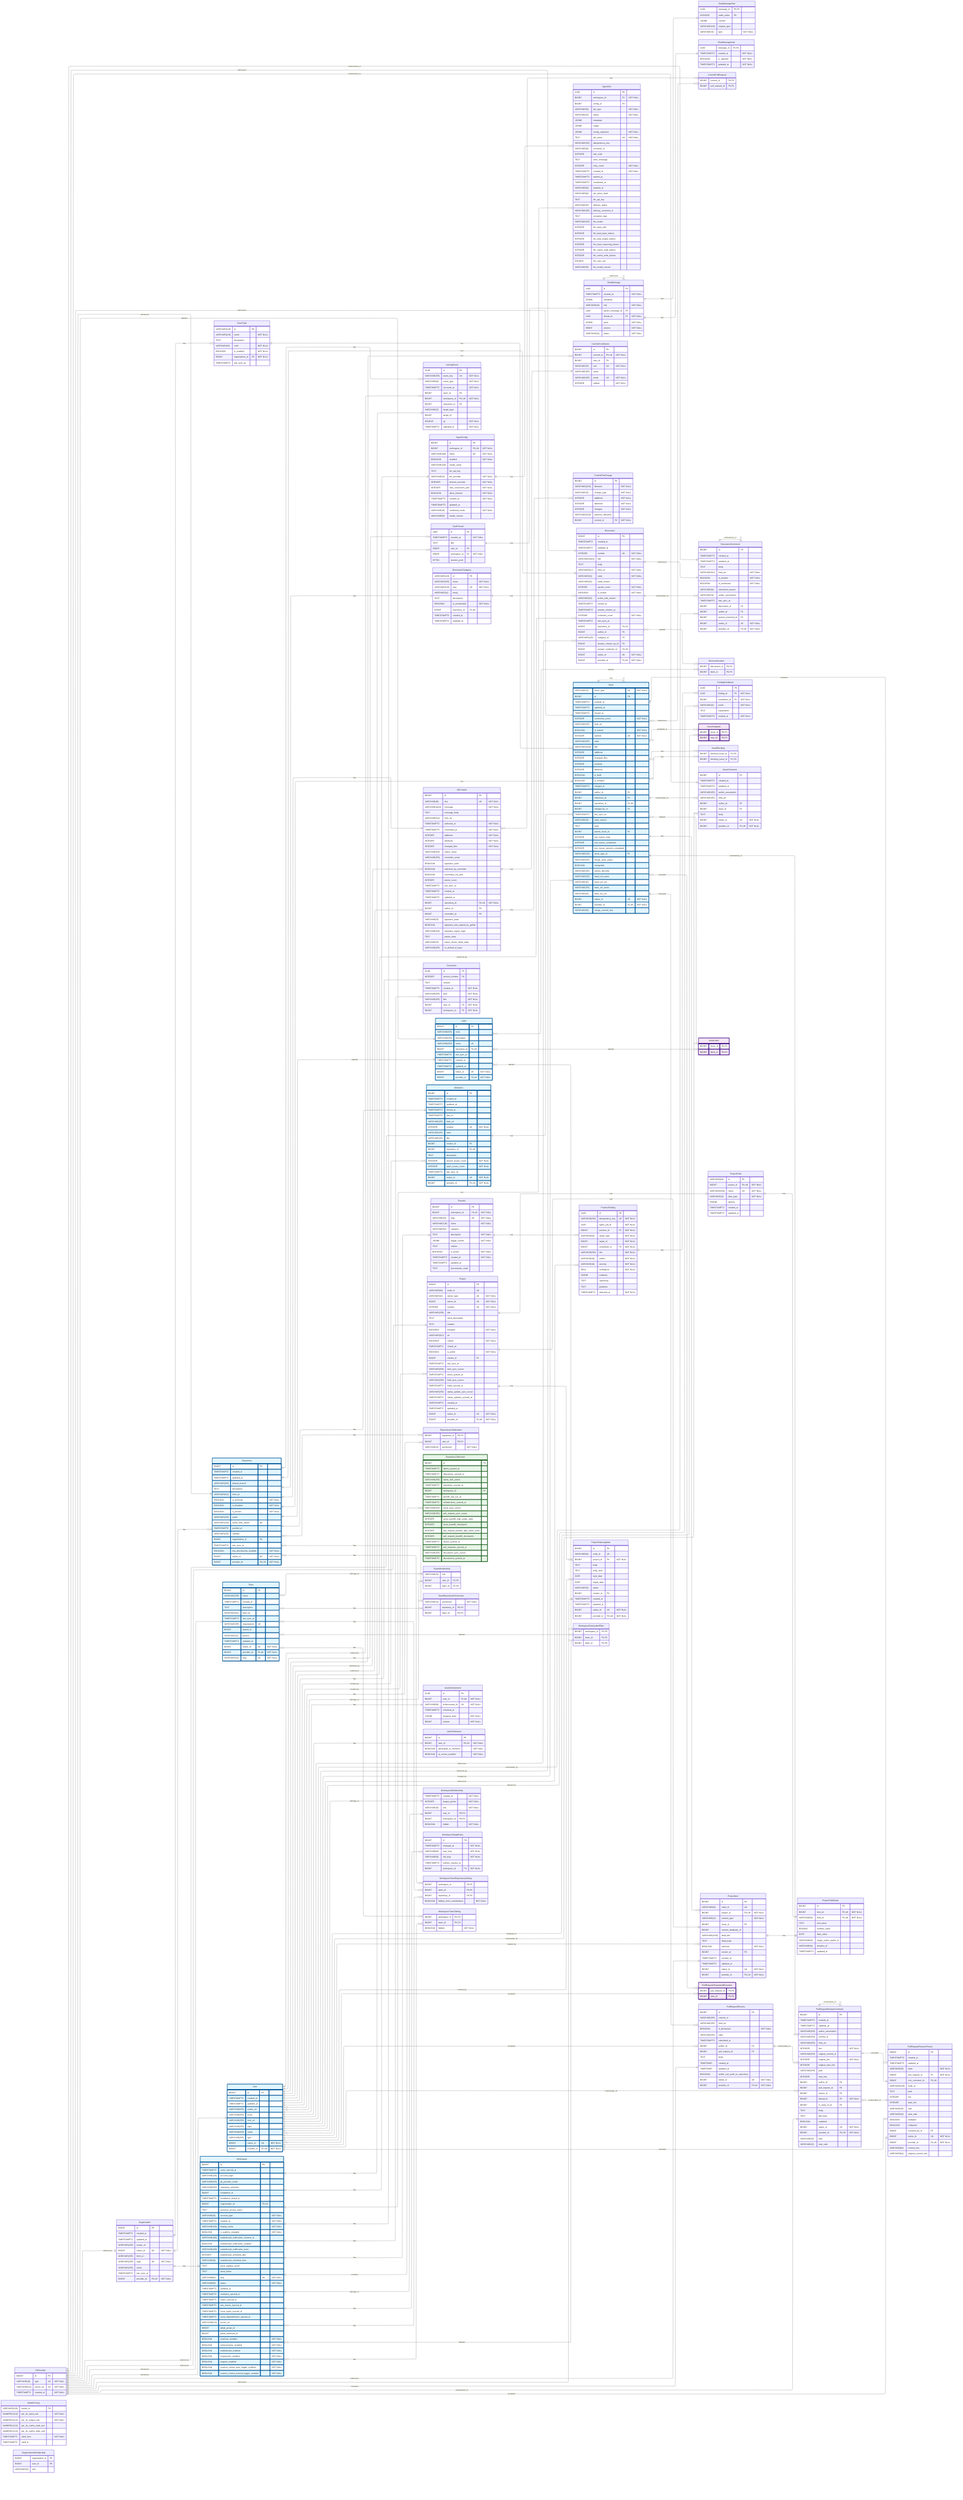
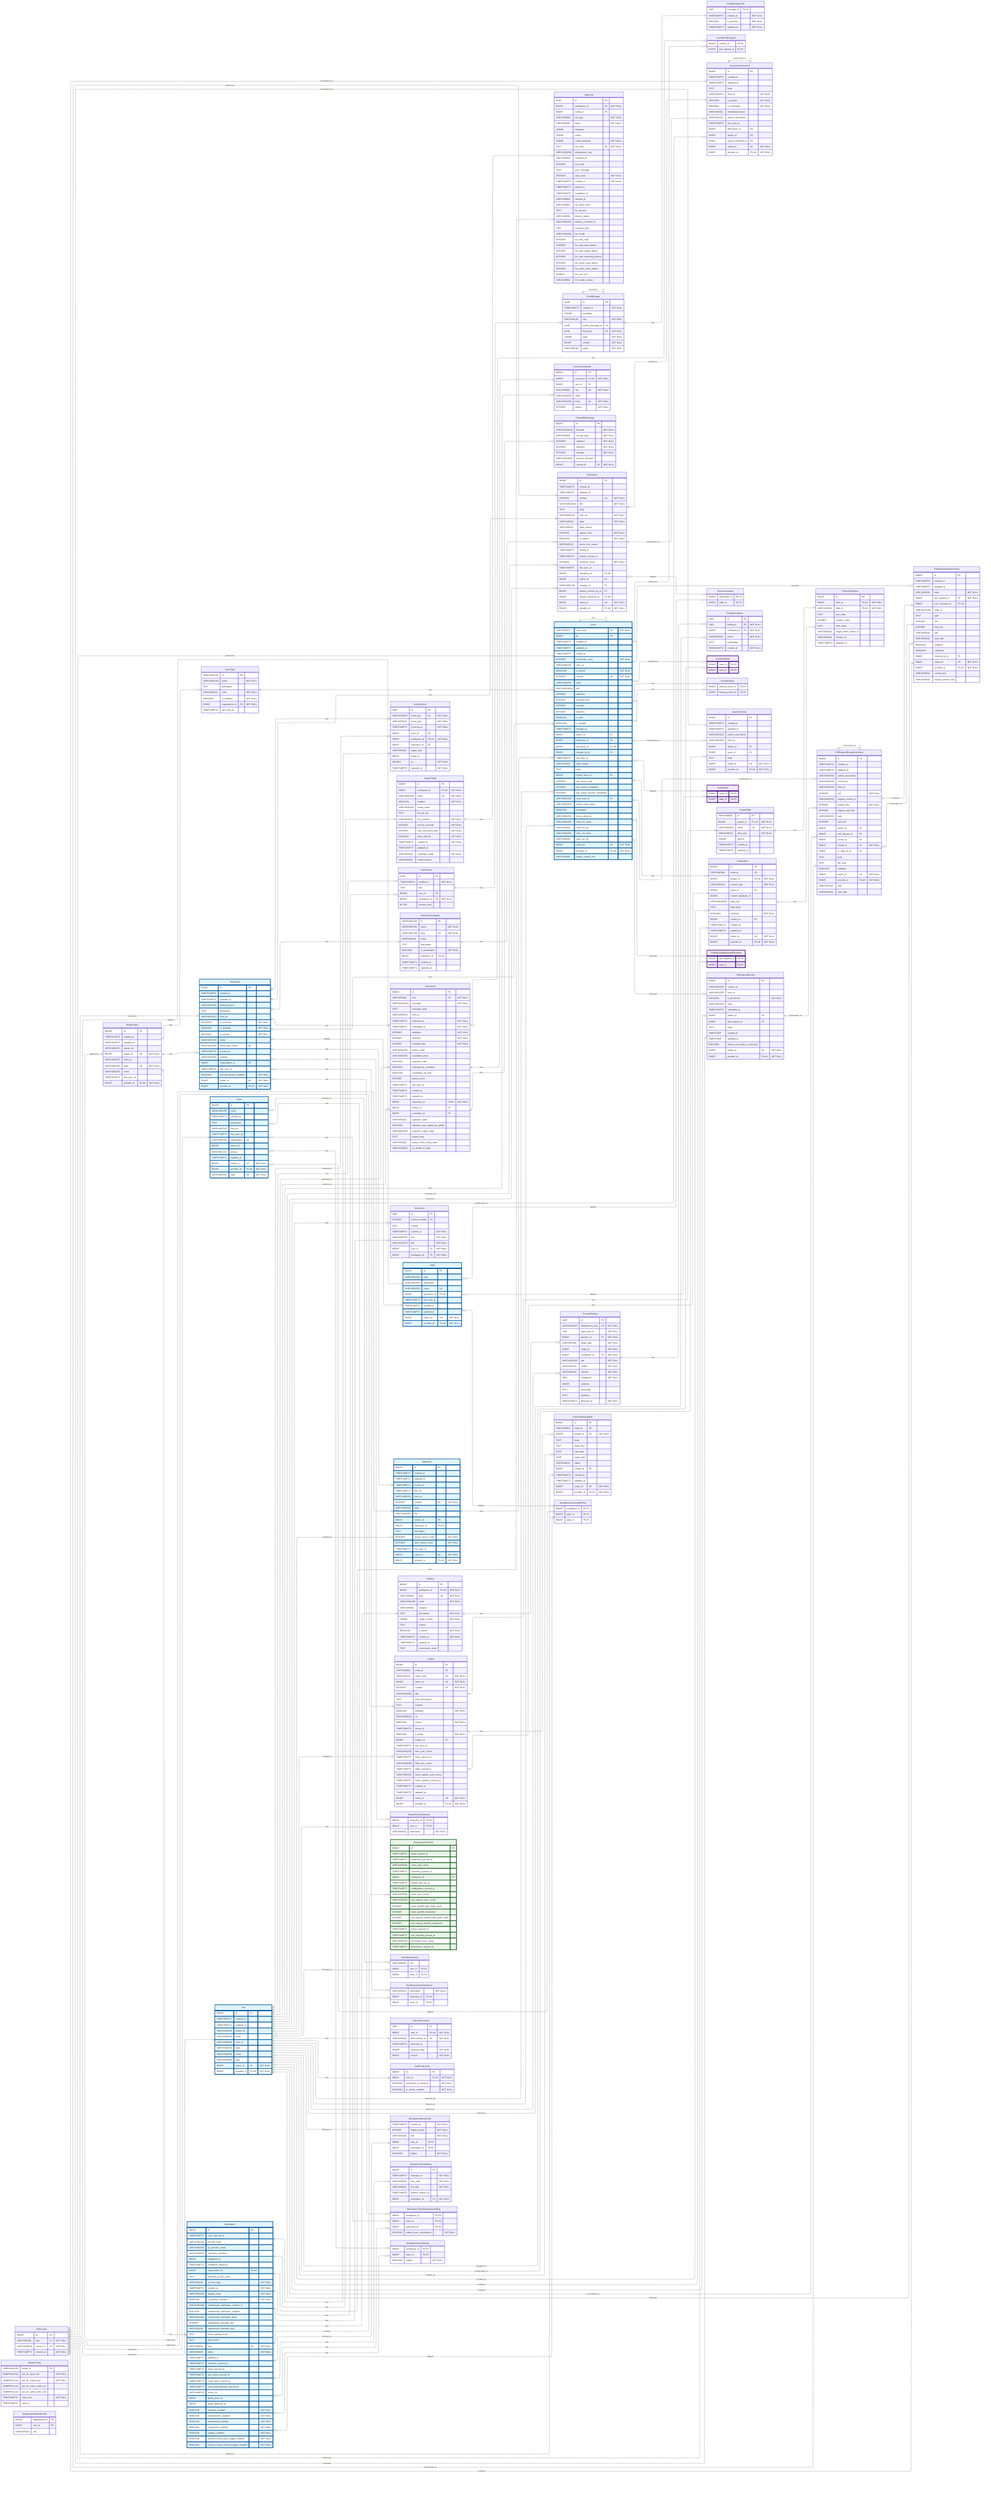
---
config:
    layout: elk
---
erDiagram
    %% Generated automatically from PostgreSQL database schema
    %% using scripts/generate-mermaid-erd.ts
    %% To regenerate: npm run db:generate-erd-docs

    direction LR

    ActivityEvent {
        UUID id PK
        VARCHAR(255) event_key UK "NOT NULL"
        VARCHAR(64) event_type "NOT NULL"
        TIMESTAMPTZ occurred_at "NOT NULL"
        BIGINT actor_id FK
        BIGINT workspace_id FK,UK "NOT NULL"
        BIGINT repository_id FK
        VARCHAR(32) target_type
        BIGINT target_id
        DOUBLE xp "NOT NULL"
        TIMESTAMPTZ ingested_at "NOT NULL"
    }

    AgentConfig {
        BIGINT id PK
        BIGINT workspace_id FK,UK "NOT NULL"
        VARCHAR(100) name UK "NOT NULL"
        BOOLEAN enabled "NOT NULL"
        VARCHAR(128) model_name
        TEXT llm_api_key
        VARCHAR(32) llm_provider "NOT NULL"
        INTEGER timeout_seconds "NOT NULL"
        INTEGER max_concurrent_jobs "NOT NULL"
        BOOLEAN allow_internet "NOT NULL"
        TIMESTAMPTZ created_at "NOT NULL"
        TIMESTAMPTZ updated_at
        VARCHAR(16) credential_mode "NOT NULL"
        VARCHAR(50) model_version
    }

    AgentJob {
        UUID id PK
        BIGINT workspace_id FK "NOT NULL"
        BIGINT config_id FK
        VARCHAR(50) job_type "NOT NULL"
        VARCHAR(20) status "NOT NULL"
        JSONB metadata
        JSONB output
        JSONB config_snapshot "NOT NULL"
        TEXT job_token UK "NOT NULL"
        VARCHAR(255) idempotency_key
        VARCHAR(64) container_id
        INTEGER exit_code
        TEXT error_message
        INTEGER retry_count "NOT NULL"
        TIMESTAMPTZ created_at "NOT NULL"
        TIMESTAMPTZ started_at
        TIMESTAMPTZ completed_at
        VARCHAR(64) network_id
        VARCHAR(64) job_token_hash
        TEXT llm_api_key
        VARCHAR(20) delivery_status
        VARCHAR(255) delivery_comment_id
        TEXT container_logs
        VARCHAR(100) llm_model
        INTEGER llm_total_calls
        INTEGER llm_total_input_tokens
        INTEGER llm_total_output_tokens
        INTEGER llm_total_reasoning_tokens
        INTEGER llm_cache_read_tokens
        INTEGER llm_cache_write_tokens
        DOUBLE llm_cost_usd
        VARCHAR(50) llm_model_version
    }

    ChatMessage {
        UUID id PK
        TIMESTAMPTZ created_at "NOT NULL"
        JSONB metadata
        VARCHAR(16) role "NOT NULL"
        UUID parent_message_id FK
        UUID thread_id FK "NOT NULL"
        JSONB parts "NOT NULL"
        BIGINT version "NOT NULL"
        VARCHAR(16) status "NOT NULL"
-     }
- 
-     ChatMessagePart {
-         UUID message_id PK,FK
-         INTEGER order_index PK
-         JSONB content
-         VARCHAR(128) original_type
-         VARCHAR(32) type "NOT NULL"
    }

    ChatMessageVote {
        UUID message_id PK,FK
        TIMESTAMPTZ created_at "NOT NULL"
        BOOLEAN is_upvoted "NOT NULL"
        TIMESTAMPTZ updated_at "NOT NULL"
    }

    ChatThread {
        UUID id PK
        TIMESTAMPTZ created_at "NOT NULL"
        TEXT title
        BIGINT user_id FK
        BIGINT workspace_id FK "NOT NULL"
        BYTEA session_jsonl
    }

    CommitContributor {
        BIGINT id PK
        BIGINT commit_id FK,UK "NOT NULL"
        BIGINT user_id FK
        VARCHAR(32) role UK "NOT NULL"
        VARCHAR(255) name
        VARCHAR(255) email UK "NOT NULL"
        INTEGER ordinal "NOT NULL"
    }

    CommitFileChange {
        BIGINT id PK
        VARCHAR(1024) filename "NOT NULL"
        VARCHAR(32) change_type "NOT NULL"
        INTEGER additions "NOT NULL"
        INTEGER deletions "NOT NULL"
        INTEGER changes "NOT NULL"
        VARCHAR(1024) previous_filename
        BIGINT commit_id FK "NOT NULL"
    }

    CommitPullRequest {
        BIGINT commit_id PK,FK
        BIGINT pull_request_id PK,FK
    }

    Discussion {
        BIGINT id PK
        TIMESTAMPTZ created_at
        TIMESTAMPTZ updated_at
        INTEGER number UK "NOT NULL"
        VARCHAR(1024) title "NOT NULL"
        TEXT body
        VARCHAR(512) html_url "NOT NULL"
        VARCHAR(16) state "NOT NULL"
        VARCHAR(32) state_reason
        INTEGER upvote_count "NOT NULL"
        BOOLEAN is_locked "NOT NULL"
        VARCHAR(32) active_lock_reason
        TIMESTAMPTZ closed_at
        TIMESTAMPTZ answer_chosen_at
        INTEGER comment_count "NOT NULL"
        TIMESTAMPTZ last_sync_at
        BIGINT repository_id FK,UK
        BIGINT author_id FK
        VARCHAR(128) category_id FK
        BIGINT answer_chosen_by_id FK
        BIGINT answer_comment_id FK,UK
        BIGINT native_id UK "NOT NULL"
        BIGINT provider_id FK,UK "NOT NULL"
    }

    DiscussionCategory {
        VARCHAR(128) id PK
        VARCHAR(255) name "NOT NULL"
        VARCHAR(128) slug UK "NOT NULL"
        VARCHAR(32) emoji
        TEXT description
        BOOLEAN is_answerable "NOT NULL"
        BIGINT repository_id FK,UK
        TIMESTAMPTZ created_at
        TIMESTAMPTZ updated_at
    }

    DiscussionComment {
        BIGINT id PK
        TIMESTAMPTZ created_at
        TIMESTAMPTZ updated_at
        TEXT body
        VARCHAR(512) html_url "NOT NULL"
        BOOLEAN is_answer "NOT NULL"
        BOOLEAN is_minimized "NOT NULL"
        VARCHAR(64) minimized_reason
        VARCHAR(32) author_association
        TIMESTAMPTZ last_sync_at
        BIGINT discussion_id FK
        BIGINT author_id FK
        BIGINT parent_comment_id FK
        BIGINT native_id UK "NOT NULL"
        BIGINT provider_id FK,UK "NOT NULL"
    }

    DiscussionLabel {
        BIGINT discussion_id PK,FK
        BIGINT label_id PK,FK
    }

    Document {
        UUID id PK
        INTEGER version_number PK
        TEXT content
        TIMESTAMPTZ created_at "NOT NULL"
        VARCHAR(255) kind "NOT NULL"
        VARCHAR(255) title "NOT NULL"
        BIGINT user_id FK "NOT NULL"
        BIGINT workspace_id FK "NOT NULL"
    }

    FindingFeedback {
        UUID id PK
        UUID finding_id FK "NOT NULL"
        BIGINT contributor_id FK "NOT NULL"
        VARCHAR(16) action "NOT NULL"
        TEXT explanation
        TIMESTAMPTZ created_at "NOT NULL"
    }

    GitCommit {
        BIGINT id PK
        VARCHAR(40) sha UK "NOT NULL"
        VARCHAR(1024) message "NOT NULL"
        TEXT message_body
        VARCHAR(512) html_url
        TIMESTAMPTZ authored_at "NOT NULL"
        TIMESTAMPTZ committed_at "NOT NULL"
        INTEGER additions "NOT NULL"
        INTEGER deletions "NOT NULL"
        INTEGER changed_files "NOT NULL"
        VARCHAR(255) author_email
        VARCHAR(255) committer_email
        BOOLEAN signature_valid
        BOOLEAN authored_by_committer
        BOOLEAN committed_via_web
        INTEGER parent_count
        TIMESTAMPTZ last_sync_at
        TIMESTAMPTZ created_at
        TIMESTAMPTZ updated_at
        BIGINT repository_id FK,UK "NOT NULL"
        BIGINT author_id FK
        BIGINT committer_id FK
        VARCHAR(32) signature_state
        BOOLEAN signature_was_signed_by_github
        VARCHAR(255) signature_signer_login
        TEXT parent_shas
        VARCHAR(32) status_check_rollup_state
        VARCHAR(255) on_behalf_of_login
    }

    GitProvider {
        BIGINT id PK
        VARCHAR(10) type UK "NOT NULL"
        VARCHAR(512) server_url UK "NOT NULL"
        TIMESTAMPTZ created_at "NOT NULL"
    }

    Issue {
        VARCHAR(31) issue_type UK "NOT NULL"
        BIGINT id PK
        TIMESTAMPTZ created_at
        TIMESTAMPTZ updated_at
        TIMESTAMPTZ closed_at
        INTEGER comments_count "NOT NULL"
        VARCHAR(255) html_url
        BOOLEAN is_locked "NOT NULL"
        INTEGER number UK "NOT NULL"
        VARCHAR(255) state
        VARCHAR(1024) title
        INTEGER additions
        INTEGER changed_files
        INTEGER commits
        INTEGER deletions
        BOOLEAN is_draft
        BOOLEAN is_merged
        TIMESTAMPTZ merged_at
        BIGINT author_id FK
        BIGINT milestone_id FK
        BIGINT repository_id FK,UK
        BIGINT merged_by_id FK
        TIMESTAMPTZ last_sync_at
        VARCHAR(32) state_reason
        TEXT body
        BIGINT parent_issue_id FK
        INTEGER sub_issues_total
        INTEGER sub_issues_completed
        INTEGER sub_issues_percent_completed
        VARCHAR(128) issue_type_id FK
        VARCHAR(255) merge_state_status
        BOOLEAN mergeable
        VARCHAR(255) review_decision
        VARCHAR(255) head_ref_name
        VARCHAR(40) head_ref_oid
        VARCHAR(255) base_ref_name
        VARCHAR(40) base_ref_oid
        BIGINT native_id UK "NOT NULL"
        BIGINT provider_id FK,UK "NOT NULL"
        VARCHAR(40) merge_commit_sha
    }

    IssueAssignee {
        BIGINT issue_id PK,FK
        BIGINT user_id PK,FK
    }

    IssueBlocking {
        BIGINT blocked_issue_id PK,FK
        BIGINT blocking_issue_id PK,FK
    }

    IssueComment {
        BIGINT id PK
        TIMESTAMPTZ created_at
        TIMESTAMPTZ updated_at
        VARCHAR(255) author_association
        VARCHAR(255) html_url
        BIGINT author_id FK
        BIGINT issue_id FK
        TEXT body
        BIGINT native_id UK "NOT NULL"
        BIGINT provider_id FK,UK "NOT NULL"
    }

    IssueLabel {
        BIGINT issue_id PK,FK
        BIGINT label_id PK,FK
    }

    IssueType {
        VARCHAR(128) id PK
        VARCHAR(128) name "NOT NULL"
        TEXT description
        VARCHAR(20) color "NOT NULL"
        BOOLEAN is_enabled "NOT NULL"
        BIGINT organization_id FK "NOT NULL"
        TIMESTAMPTZ last_sync_at
    }

    Label {
        BIGINT id PK
        VARCHAR(255) color
        VARCHAR(255) description
        VARCHAR(255) name UK
        BIGINT repository_id FK,UK
        TIMESTAMPTZ last_sync_at
        TIMESTAMPTZ created_at
        TIMESTAMPTZ updated_at
        BIGINT native_id UK "NOT NULL"
        BIGINT provider_id FK,UK "NOT NULL"
    }

    Milestone {
        BIGINT id PK
        TIMESTAMPTZ created_at
        TIMESTAMPTZ updated_at
        TIMESTAMPTZ closed_at
        TIMESTAMPTZ due_on
        VARCHAR(255) html_url
        INTEGER number UK "NOT NULL"
        VARCHAR(255) state
        VARCHAR(255) title
        BIGINT creator_id FK
        BIGINT repository_id FK,UK
        TEXT description
        INTEGER closed_issues_count "NOT NULL"
        INTEGER open_issues_count "NOT NULL"
        TIMESTAMPTZ last_sync_at
        BIGINT native_id UK "NOT NULL"
        BIGINT provider_id FK,UK "NOT NULL"
    }

    ModelPricing {
        VARCHAR(128) model_id PK
        NUMERIC(12,6) per_1k_input_usd "NOT NULL"
        NUMERIC(12,6) per_1k_output_usd "NOT NULL"
        NUMERIC(12,6) per_1k_cache_read_usd
        NUMERIC(12,6) per_1k_cache_write_usd
        TIMESTAMPTZ valid_from "NOT NULL"
        TIMESTAMPTZ valid_to
    }

    Organization {
        BIGINT id PK
        TIMESTAMPTZ created_at
        TIMESTAMPTZ updated_at
        VARCHAR(255) avatar_url
        BIGINT native_id UK "NOT NULL"
        VARCHAR(255) html_url
        VARCHAR(255) login UK "NOT NULL"
        VARCHAR(255) name
        TIMESTAMPTZ last_sync_at
        BIGINT provider_id FK,UK "NOT NULL"
    }

    OrganizationMembership {
        BIGINT organization_id PK
        BIGINT user_id PK
        VARCHAR(32) role
    }

    Practice {
        BIGINT id PK
        BIGINT workspace_id FK,UK "NOT NULL"
        VARCHAR(64) slug UK "NOT NULL"
        VARCHAR(128) name "NOT NULL"
        VARCHAR(64) category
        TEXT description "NOT NULL"
        JSONB trigger_events "NOT NULL"
        TEXT criteria
        BOOLEAN is_active "NOT NULL"
        TIMESTAMPTZ created_at "NOT NULL"
        TIMESTAMPTZ updated_at
        TEXT precompute_script
    }

    PracticeFinding {
        UUID id PK
        VARCHAR(255) idempotency_key UK "NOT NULL"
        UUID agent_job_id "NOT NULL"
        BIGINT practice_id FK "NOT NULL"
        VARCHAR(32) target_type "NOT NULL"
        BIGINT target_id "NOT NULL"
        BIGINT contributor_id FK "NOT NULL"
        VARCHAR(255) title "NOT NULL"
        VARCHAR(16) verdict "NOT NULL"
        VARCHAR(16) severity "NOT NULL"
        REAL confidence "NOT NULL"
        JSONB evidence
        TEXT reasoning
        TEXT guidance
        TIMESTAMPTZ detected_at "NOT NULL"
    }

    Project {
        BIGINT id PK
        VARCHAR(64) node_id UK
        VARCHAR(32) owner_type UK "NOT NULL"
        BIGINT owner_id UK "NOT NULL"
        INTEGER number UK "NOT NULL"
        VARCHAR(256) title
        TEXT short_description
        TEXT readme
        BOOLEAN template "NOT NULL"
        VARCHAR(512) url
        BOOLEAN closed "NOT NULL"
        TIMESTAMPTZ closed_at
        BOOLEAN is_public "NOT NULL"
        BIGINT creator_id FK
        TIMESTAMPTZ last_sync_at
        VARCHAR(256) item_sync_cursor
        TIMESTAMPTZ items_synced_at
        VARCHAR(256) field_sync_cursor
        TIMESTAMPTZ fields_synced_at
        VARCHAR(256) status_update_sync_cursor
        TIMESTAMPTZ status_updates_synced_at
        TIMESTAMPTZ created_at
        TIMESTAMPTZ updated_at
        BIGINT native_id UK "NOT NULL"
        BIGINT provider_id FK,UK "NOT NULL"
    }

    ProjectField {
        VARCHAR(64) id PK
        BIGINT project_id FK,UK "NOT NULL"
        VARCHAR(256) name UK "NOT NULL"
        VARCHAR(32) data_type "NOT NULL"
        JSONB options
        TIMESTAMPTZ created_at
        TIMESTAMPTZ updated_at
    }

    ProjectFieldValue {
        BIGINT id PK
        BIGINT item_id FK,UK "NOT NULL"
        VARCHAR(64) field_id FK,UK "NOT NULL"
        TEXT text_value
        DOUBLE number_value
        DATE date_value
        VARCHAR(64) single_select_option_id
        VARCHAR(64) iteration_id
        TIMESTAMPTZ updated_at
    }

    ProjectItem {
        BIGINT id PK
        VARCHAR(64) node_id UK
        BIGINT project_id FK,UK "NOT NULL"
        VARCHAR(32) content_type "NOT NULL"
        BIGINT issue_id FK
        BIGINT content_database_id
        VARCHAR(1024) draft_title
        TEXT draft_body
        BOOLEAN archived "NOT NULL"
        BIGINT creator_id FK
        TIMESTAMPTZ created_at
        TIMESTAMPTZ updated_at
        BIGINT native_id UK "NOT NULL"
        BIGINT provider_id FK,UK "NOT NULL"
    }

    ProjectStatusUpdate {
        BIGINT id PK
        VARCHAR(64) node_id UK
        BIGINT project_id FK "NOT NULL"
        TEXT body
        TEXT body_html
        DATE start_date
        DATE target_date
        VARCHAR(32) status
        BIGINT creator_id FK
        TIMESTAMPTZ created_at
        TIMESTAMPTZ updated_at
        BIGINT native_id UK "NOT NULL"
        BIGINT provider_id FK,UK "NOT NULL"
    }

    PullRequestRequestedReviewer {
        BIGINT pull_request_id PK,FK
        BIGINT user_id PK,FK
    }

    PullRequestReview {
        BIGINT id PK
        VARCHAR(255) commit_id
        VARCHAR(255) html_url
        BOOLEAN is_dismissed "NOT NULL"
        VARCHAR(255) state
        TIMESTAMPTZ submitted_at
        BIGINT author_id FK
        BIGINT pull_request_id FK
        TEXT body
        TIMESTAMP created_at
        TIMESTAMP updated_at
        BOOLEAN author_can_push_to_repository
        BIGINT native_id UK "NOT NULL"
        BIGINT provider_id FK,UK "NOT NULL"
    }

    PullRequestReviewComment {
        BIGINT id PK
        TIMESTAMPTZ created_at
        TIMESTAMPTZ updated_at
        VARCHAR(255) author_association
        VARCHAR(255) commit_id
        VARCHAR(255) html_url
        INTEGER line "NOT NULL"
        VARCHAR(255) original_commit_id
        INTEGER original_line "NOT NULL"
        INTEGER original_start_line
        VARCHAR(255) path
        INTEGER start_line
        BIGINT author_id FK
        BIGINT pull_request_id FK
        BIGINT review_id FK
        BIGINT thread_id FK "NOT NULL"
        BIGINT in_reply_to_id FK
        TEXT body
        TEXT diff_hunk
        BOOLEAN outdated
        BIGINT native_id UK "NOT NULL"
        BIGINT provider_id FK,UK "NOT NULL"
        VARCHAR(16) side
        VARCHAR(16) start_side
    }

    PullRequestReviewThread {
        BIGINT id PK
        TIMESTAMPTZ created_at
        TIMESTAMPTZ updated_at
        VARCHAR(20) state "NOT NULL"
        BIGINT pull_request_id FK "NOT NULL"
        BIGINT root_comment_id FK,UK
        VARCHAR(128) node_id
        TEXT path
        INTEGER line
        INTEGER start_line
        VARCHAR(16) side
        VARCHAR(16) start_side
        BOOLEAN outdated
        BOOLEAN collapsed
        BIGINT resolved_by_id FK
        BIGINT native_id UK "NOT NULL"
        BIGINT provider_id FK,UK "NOT NULL"
        VARCHAR(64) commit_sha
        VARCHAR(64) original_commit_sha
    }

    Repository {
        BIGINT id PK
        TIMESTAMPTZ created_at
        TIMESTAMPTZ updated_at
        VARCHAR(255) default_branch
        TEXT description
        VARCHAR(512) html_url
        BOOLEAN is_archived "NOT NULL"
        BOOLEAN is_disabled "NOT NULL"
        BOOLEAN is_private "NOT NULL"
        VARCHAR(255) name
        VARCHAR(150) name_with_owner UK
        TIMESTAMPTZ pushed_at
        VARCHAR(255) visibility
        BIGINT organization_id FK
        TIMESTAMPTZ last_sync_at
        BOOLEAN has_discussions_enabled "NOT NULL"
        BIGINT native_id UK "NOT NULL"
        BIGINT provider_id FK,UK "NOT NULL"
    }

    RepositoryCollaborator {
        BIGINT repository_id PK,FK
        BIGINT user_id PK,FK
        VARCHAR(32) permission "NOT NULL"
    }

    RepositoryToMonitor {
        BIGINT id PK
        TIMESTAMPTZ labels_synced_at
        TIMESTAMPTZ milestones_synced_at
        VARCHAR(255) name_with_owner
        TIMESTAMPTZ repository_synced_at
        BIGINT workspace_id FK
        TIMESTAMPTZ backfill_last_run_at
        TIMESTAMPTZ collaborators_synced_at
        VARCHAR(255) issue_sync_cursor
        VARCHAR(255) pull_request_sync_cursor
        INTEGER issue_backfill_high_water_mark
        INTEGER issue_backfill_checkpoint
        INTEGER pull_request_backfill_high_water_mark
        INTEGER pull_request_backfill_checkpoint
        TIMESTAMPTZ issues_synced_at
        TIMESTAMPTZ pull_requests_synced_at
        VARCHAR(255) discussion_sync_cursor
        TIMESTAMPTZ discussions_synced_at
    }

    Team {
        BIGINT id PK
        VARCHAR(255) name
        TIMESTAMPTZ created_at
        TEXT description
        VARCHAR(512) html_url
        TIMESTAMPTZ last_sync_at
        VARCHAR(255) organization UK
        BIGINT parent_id
        VARCHAR(32) privacy
        TIMESTAMPTZ updated_at
        BIGINT native_id UK "NOT NULL"
        BIGINT provider_id FK,UK "NOT NULL"
        VARCHAR(512) slug UK "NOT NULL"
    }

    TeamMembership {
        VARCHAR(32) role
        BIGINT user_id PK,FK
        BIGINT team_id PK,FK
    }

    TeamRepositoryPermission {
        VARCHAR(32) permission "NOT NULL"
        BIGINT repository_id PK,FK
        BIGINT team_id PK,FK
    }

    User {
        BIGINT id PK
        TIMESTAMPTZ created_at
        TIMESTAMPTZ updated_at
        VARCHAR(255) avatar_url
        VARCHAR(255) email
        VARCHAR(255) html_url
        VARCHAR(255) login
        VARCHAR(255) name
        VARCHAR(255) type
        BIGINT native_id UK "NOT NULL"
        BIGINT provider_id FK,UK "NOT NULL"
    }

    UserAchievement {
        UUID id PK
        BIGINT user_id FK,UK "NOT NULL"
        VARCHAR(64) achievement_id UK "NOT NULL"
        TIMESTAMPTZ unlocked_at
        JSONB progress_data "NOT NULL"
        BIGINT version "NOT NULL"
    }

    UserPreference {
        BIGINT id PK
        BIGINT user_id FK,UK "NOT NULL"
        BOOLEAN participate_in_research "NOT NULL"
        BOOLEAN ai_review_enabled "NOT NULL"
    }

    Workspace {
        BIGINT id PK
        TIMESTAMPTZ users_synced_at
        VARCHAR(120) account_login
        VARCHAR(255) git_provider_mode
        VARCHAR(255) repository_selection
        BIGINT installation_id
        TIMESTAMPTZ installation_linked_at
        BIGINT organization_id FK,UK
        TEXT personal_access_token
        VARCHAR(10) account_type "NOT NULL"
        TIMESTAMPTZ created_at "NOT NULL"
        VARCHAR(120) display_name "NOT NULL"
        BOOLEAN is_publicly_viewable "NOT NULL"
        VARCHAR(100) leaderboard_notification_channel_id
        BOOLEAN leaderboard_notification_enabled
        VARCHAR(100) leaderboard_notification_team
        INTEGER leaderboard_schedule_day
        VARCHAR(10) leaderboard_schedule_time
        TEXT slack_signing_secret
        TEXT slack_token
        VARCHAR(64) slug UK "NOT NULL"
        VARCHAR(20) status "NOT NULL"
        TIMESTAMPTZ updated_at
        TIMESTAMPTZ members_synced_at
        TIMESTAMPTZ teams_synced_at
        TIMESTAMPTZ sub_issues_synced_at
        TIMESTAMPTZ issue_types_synced_at
        TIMESTAMPTZ issue_dependencies_synced_at
        VARCHAR(512) server_url
        BIGINT gitlab_group_id
        BIGINT gitlab_webhook_id
        BOOLEAN practices_enabled "NOT NULL"
        BOOLEAN achievements_enabled "NOT NULL"
        BOOLEAN leaderboard_enabled "NOT NULL"
        BOOLEAN progression_enabled "NOT NULL"
        BOOLEAN leagues_enabled "NOT NULL"
        BOOLEAN practice_review_auto_trigger_enabled "NOT NULL"
        BOOLEAN practice_review_manual_trigger_enabled "NOT NULL"
    }

    WorkspaceMembership {
        TIMESTAMPTZ created_at "NOT NULL"
        INTEGER league_points "NOT NULL"
        VARCHAR(16) role "NOT NULL"
        BIGINT user_id PK,FK
        BIGINT workspace_id PK,FK
        BOOLEAN hidden "NOT NULL"
    }

    WorkspaceSlugHistory {
        BIGINT id PK
        TIMESTAMPTZ changed_at "NOT NULL"
        VARCHAR(64) new_slug "NOT NULL"
        VARCHAR(64) old_slug "NOT NULL"
        TIMESTAMPTZ redirect_expires_at
        BIGINT workspace_id FK "NOT NULL"
    }

    WorkspaceTeamLabelFilter {
        BIGINT workspace_id PK,FK
        BIGINT team_id PK,FK
        BIGINT label_id PK,FK
    }

    WorkspaceTeamRepositorySetting {
        BIGINT workspace_id PK,FK
        BIGINT team_id PK,FK
        BIGINT repository_id PK,FK
        BOOLEAN hidden_from_contributions "NOT NULL"
    }

    WorkspaceTeamSetting {
        BIGINT workspace_id PK,FK
        BIGINT team_id PK,FK
        BOOLEAN hidden "NOT NULL"
    }

    %% Relationships
    %% One-to-One relationships
    Workspace ||--|| ActivityEvent : has
    Workspace ||--|| AgentConfig : has
-     ChatMessage ||--|| ChatMessagePart : has
    ChatMessage ||--|| ChatMessageVote : has
    GitCommit ||--|| CommitContributor : has
    DiscussionComment ||--|| Discussion : references
    GitProvider ||--|| Discussion : references
    Repository ||--|| Discussion : has
    Repository ||--|| DiscussionCategory : has
    GitProvider ||--|| DiscussionComment : commented_on
    Repository ||--|| GitCommit : has
    GitProvider ||--|| Issue : references
    Repository ||--|| Issue : has
    GitProvider ||--|| IssueComment : commented_on
    GitProvider ||--|| Label : labeled
    Repository ||--|| Label : labeled
    GitProvider ||--|| Milestone : references
    Repository ||--|| Milestone : has
    GitProvider ||--|| Organization : references
    Workspace ||--|| Practice : has
    GitProvider ||--|| Project : references
    Project ||--|| ProjectField : has
    ProjectField ||--|| ProjectFieldValue : has
    ProjectItem ||--|| ProjectFieldValue : has
    Project ||--|| ProjectItem : has
    GitProvider ||--|| ProjectItem : references
    GitProvider ||--|| ProjectStatusUpdate : references
    GitProvider ||--|| PullRequestReview : reviewed
    GitProvider ||--|| PullRequestReviewComment : commented_on
    GitProvider ||--|| PullRequestReviewThread : reviewed
    PullRequestReviewComment ||--|| PullRequestReviewThread : reviewed
    GitProvider ||--|| Repository : references
    GitProvider ||--|| Team : references
    GitProvider ||--|| User : references
    User ||--|| UserAchievement : has
    User ||--|| UserPreference : has
    Organization ||--|| Workspace : has
    User ||--|| WorkspaceMembership : belongs_to
    Workspace ||--|| WorkspaceMembership : belongs_to

    %% One-to-Many relationships
    User ||--o{ ActivityEvent : references
    Repository ||--o{ ActivityEvent : has
    AgentConfig ||--o{ AgentJob : has
    Workspace ||--o{ AgentJob : has
    ChatMessage ||--o{ ChatMessage : references
    ChatThread ||--o{ ChatMessage : has
    User ||--o{ ChatThread : has
    Workspace ||--o{ ChatThread : has
    User ||--o{ CommitContributor : has
    GitCommit ||--o{ CommitFileChange : has
    User ||--o{ Discussion : references
    User ||--o{ Discussion : authored_by
    DiscussionCategory ||--o{ Discussion : has
    User ||--o{ DiscussionComment : commented_on
    Discussion ||--o{ DiscussionComment : commented_on
    DiscussionComment ||--o{ DiscussionComment : commented_on
    User ||--o{ Document : has
    Workspace ||--o{ Document : has
    User ||--o{ FindingFeedback : references
    PracticeFinding ||--o{ FindingFeedback : has
    User ||--o{ GitCommit : authored_by
    User ||--o{ GitCommit : references
    User ||--o{ Issue : authored_by
    IssueType ||--o{ Issue : has
    User ||--o{ Issue : merged_by
    Milestone ||--o{ Issue : has
    Issue ||--o{ Issue : has
    User ||--o{ IssueComment : commented_on
    Issue ||--o{ IssueComment : commented_on
    Organization ||--o{ IssueType : has
    User ||--o{ Milestone : created_by
    User ||--o{ PracticeFinding : references
    Practice ||--o{ PracticeFinding : has
    User ||--o{ Project : created_by
    User ||--o{ ProjectItem : created_by
    Issue ||--o{ ProjectItem : has
    User ||--o{ ProjectStatusUpdate : created_by
    Project ||--o{ ProjectStatusUpdate : has
    User ||--o{ PullRequestReview : reviewed
    Issue ||--o{ PullRequestReview : reviewed
    User ||--o{ PullRequestReviewComment : commented_on
    PullRequestReviewComment ||--o{ PullRequestReviewComment : commented_on
    Issue ||--o{ PullRequestReviewComment : commented_on
    PullRequestReview ||--o{ PullRequestReviewComment : commented_on
    PullRequestReviewThread ||--o{ PullRequestReviewComment : commented_on
    Issue ||--o{ PullRequestReviewThread : reviewed
    User ||--o{ PullRequestReviewThread : reviewed
    Organization ||--o{ Repository : has
    Workspace ||--o{ RepositoryToMonitor : monitors
    Workspace ||--o{ WorkspaceSlugHistory : has

    %% Many-to-Many relationships
    GitCommit }o--o{ CommitPullRequest : has
    Issue }o--o{ CommitPullRequest : references
    Discussion }o--o{ DiscussionLabel : labeled
    Label }o--o{ DiscussionLabel : labeled
    Issue }o--o{ IssueAssignee : assigned_to
    User }o--o{ IssueAssignee : assigned_to
    Issue }o--o{ IssueBlocking : has
    Issue }o--o{ IssueBlocking : has
    Issue }o--o{ IssueLabel : labeled
    Label }o--o{ IssueLabel : labeled
    Issue }o--o{ PullRequestRequestedReviewer : reviewed
    User }o--o{ PullRequestRequestedReviewer : reviewed
    Repository }o--o{ RepositoryCollaborator : has
    User }o--o{ RepositoryCollaborator : has
    Team }o--o{ TeamMembership : belongs_to
    User }o--o{ TeamMembership : belongs_to
    Repository }o--o{ TeamRepositoryPermission : has
    Team }o--o{ TeamRepositoryPermission : has
    Label }o--o{ WorkspaceTeamLabelFilter : labeled
    Team }o--o{ WorkspaceTeamLabelFilter : labeled
    Workspace }o--o{ WorkspaceTeamLabelFilter : labeled
    Repository }o--o{ WorkspaceTeamRepositorySetting : has
    Team }o--o{ WorkspaceTeamRepositorySetting : has
    Workspace }o--o{ WorkspaceTeamRepositorySetting : has
    Team }o--o{ WorkspaceTeamSetting : has
    Workspace }o--o{ WorkspaceTeamSetting : has

    %% Styling
    classDef primaryEntity fill:#e1f5fe,stroke:#01579b,stroke-width:2px
    classDef associationEntity fill:#f3e5f5,stroke:#4a148c,stroke-width:2px
    classDef metadataEntity fill:#e8f5e8,stroke:#1b5e20,stroke-width:2px

    class Issue primaryEntity
    class IssueAssignee associationEntity
    class IssueLabel associationEntity
    class Label primaryEntity
    class Milestone primaryEntity
    class PullRequestRequestedReviewer associationEntity
    class Repository primaryEntity
    class RepositoryToMonitor metadataEntity
    class Team primaryEntity
    class User primaryEntity
    class Workspace primaryEntity
